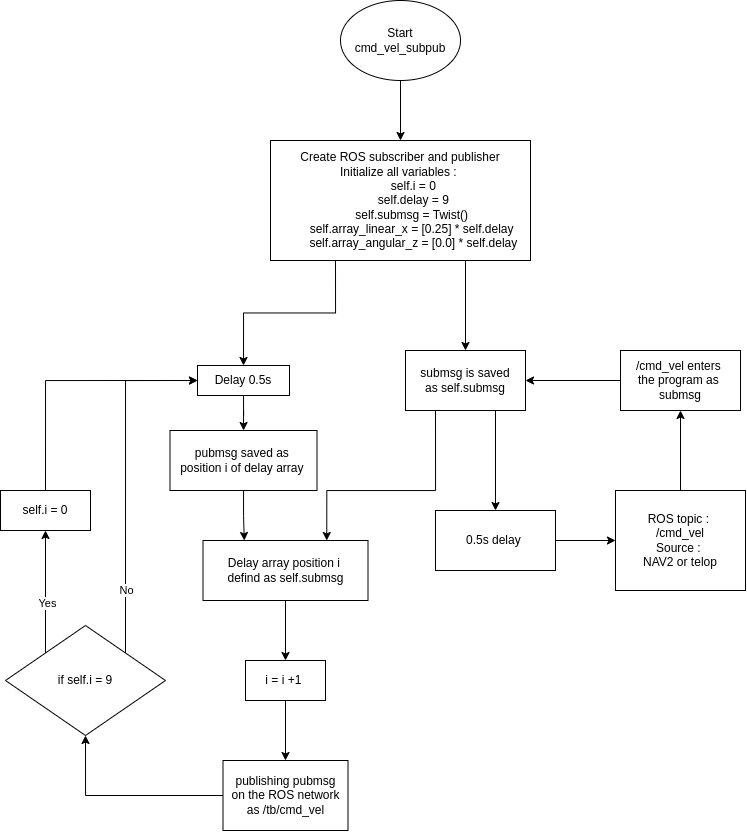
Before: Figures/drawio/cmd_vel_subpub.png, a diagram exported from draw.io (Lars-33/masteruia2). Source tidied: cells renumbered, new cells last; positions are measured from the earlier drawing's top-left corner, leaving out a move shared by most shapes.
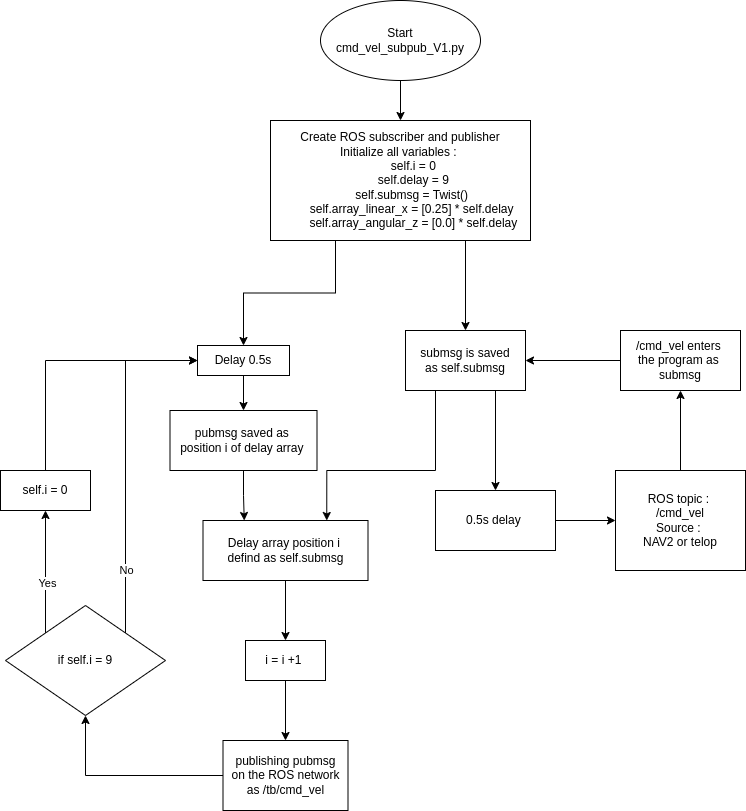
The same diagram one commit later.

Change to the diagram source:
```diff
@@ -58,8 +58,8 @@
     <mxCell id="18" style="edgeStyle=orthogonalEdgeStyle;rounded=0;jettySize=auto;html=1;" parent="1" edge="1" source="19" target="17">
       <mxGeometry relative="1" as="geometry" />
     </mxCell>
-    <mxCell id="19" value="Start&lt;br&gt;cmd_vel_subpub" style="ellipse;whiteSpace=wrap;html=1;" parent="1" vertex="1">
-      <mxGeometry x="340" width="120" height="80" as="geometry" />
+    <mxCell id="19" value="Start&lt;br&gt;cmd_vel_subpub_V1.py" style="ellipse;whiteSpace=wrap;html=1;" parent="1" vertex="1">
+      <mxGeometry x="320" y="20" width="160" height="80" as="geometry" />
     </mxCell>
     <mxCell id="20" style="edgeStyle=orthogonalEdgeStyle;rounded=0;jettySize=auto;html=1;" parent="1" edge="1" source="21" target="3">
       <mxGeometry relative="1" as="geometry" />
```
